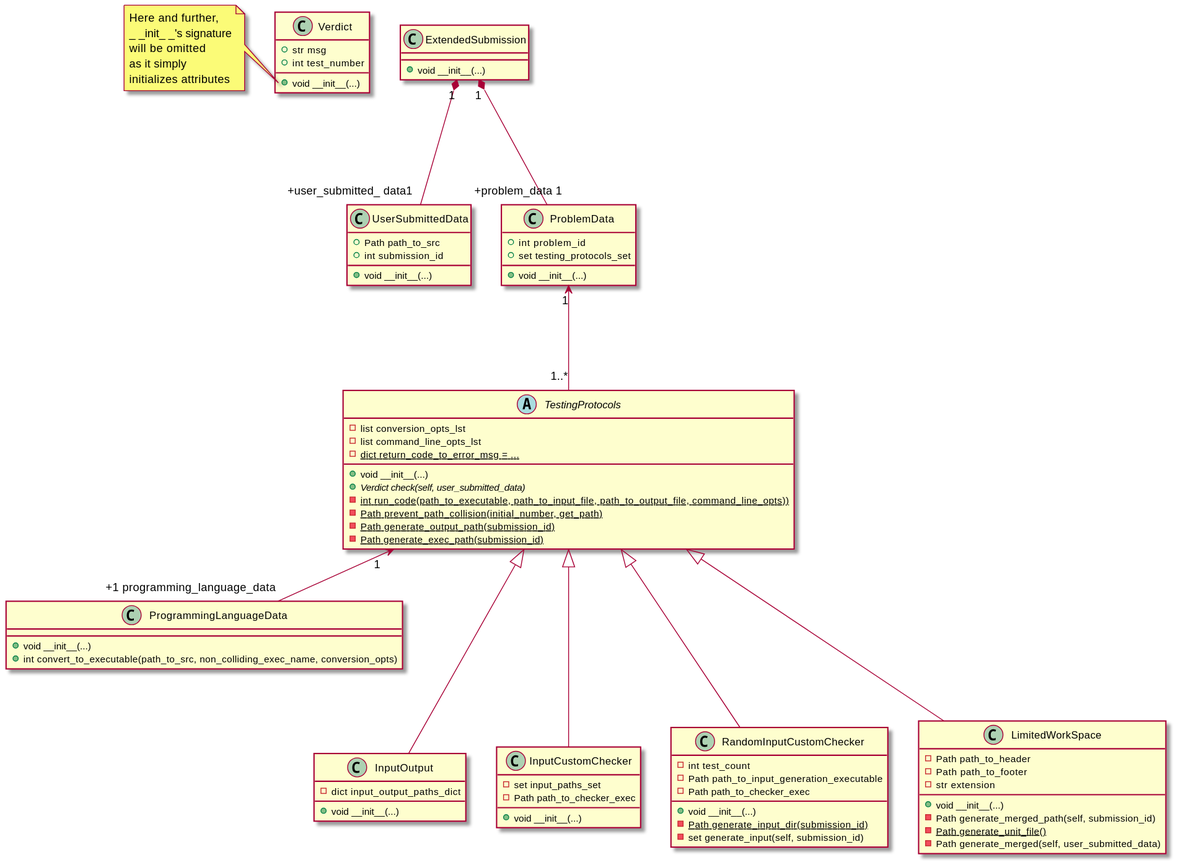
This is TestingSystem/TestingProtocols/testing_protocols_class_diagram.svg from IgorZhiltsoff/TPy_project, a PlantUML export, as it was before one commit.
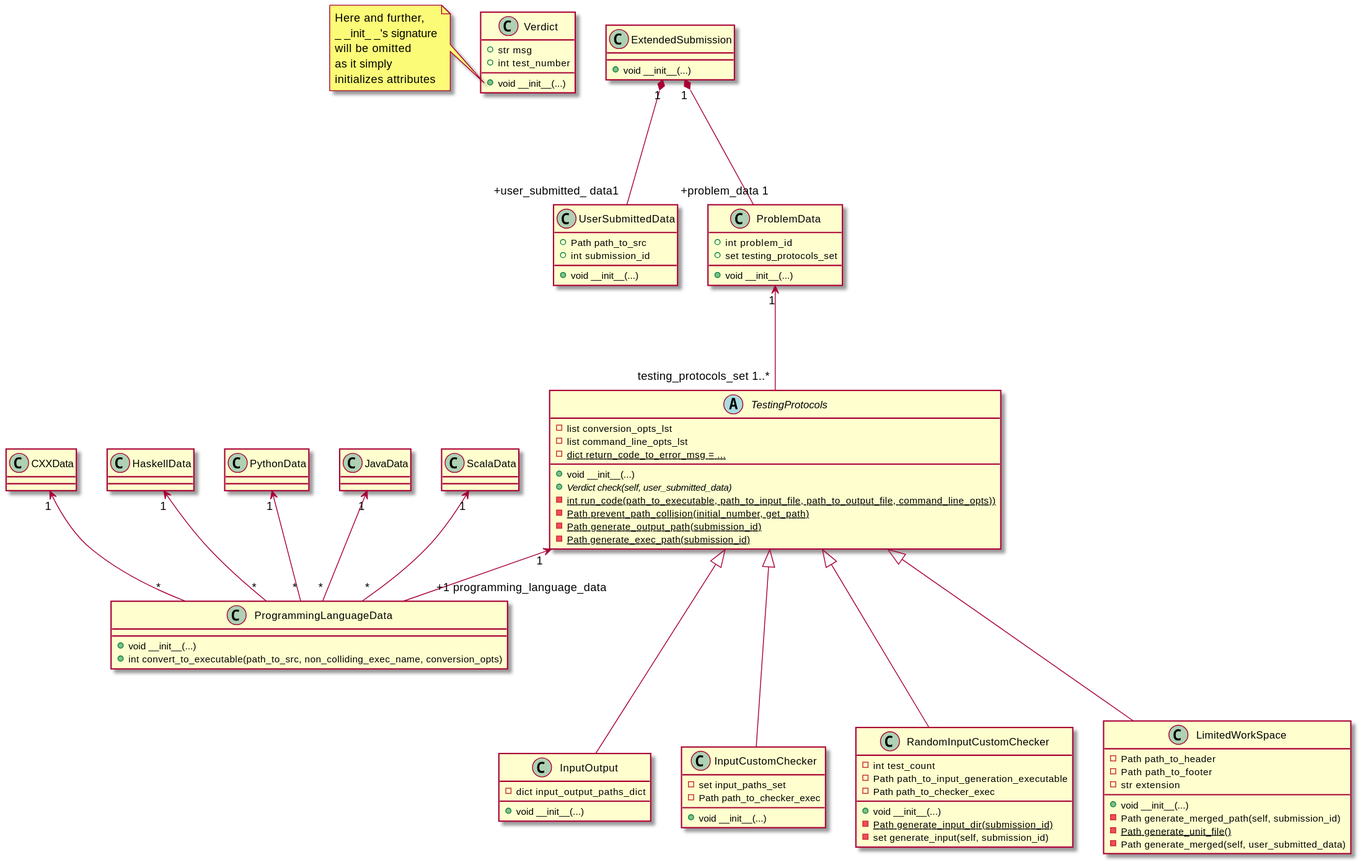
Above is the later version.

Commit message:
Added language_support.py contents to UML

Diff of the diagram source:
```diff
@@ -29,6 +29,25 @@
         +int convert_to_executable(path_to_src, non_colliding_exec_name, conversion_opts)
 }
 
+class CXXData
+
+CXXData "1" <-- "*" ProgrammingLanguageData
+
+class HaskellData
+
+HaskellData "1" <-- "*" ProgrammingLanguageData
+
+class PythonData
+
+PythonData "1" <-- "*" ProgrammingLanguageData
+
+class JavaData
+
+JavaData "1" <-- "*" ProgrammingLanguageData
+
+class ScalaData
+
+ScalaData "1" <-- "*" ProgrammingLanguageData
 
 
 abstract class TestingProtocols {
@@ -96,7 +115,7 @@
     +void __init__(...)
 }
 
-ProblemData "1" <--- "1..*" TestingProtocols
+ProblemData "1" <--- "testing_protocols_set 1..*" TestingProtocols
 
 
 class ExtendedSubmission {
```
